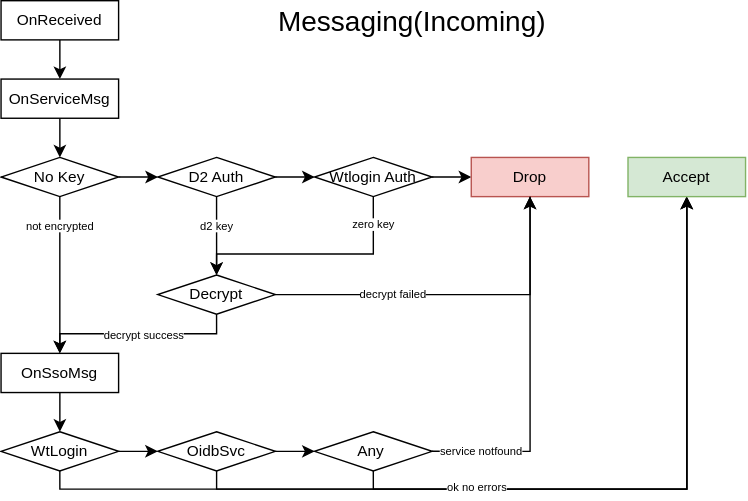
KonataDev/Konata.Core keeps this draw.io diagram as Blueprint/messaging.incoming.svg. Above is the earlier version. Source tidied: cells renumbered, new cells last; positions are measured from the earlier drawing's top-left corner, leaving out a move shared by most shapes.
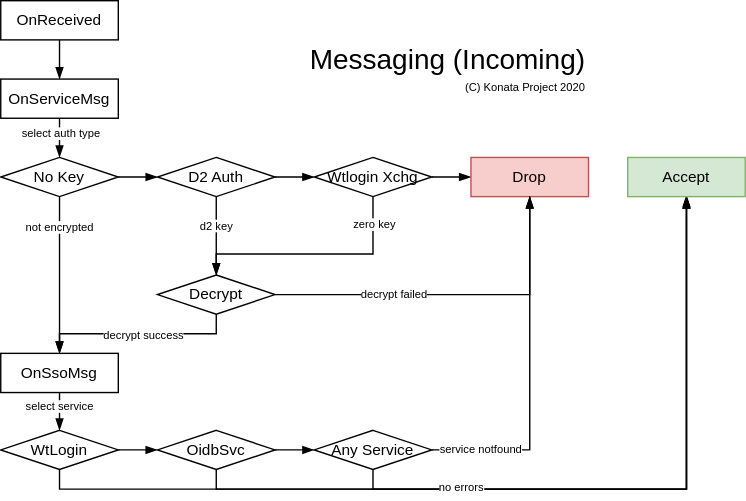
Above is the later version.

What changed in the source:
```diff
@@ -2,25 +2,30 @@
   <root>
     <mxCell id="0" />
     <mxCell id="1" parent="0" />
-    <mxCell id="2" value="Messaging(Incoming)" style="text;html=1;strokeColor=none;fillColor=none;align=center;verticalAlign=middle;whiteSpace=wrap;rounded=0;fontSize=20;fontStyle=0;" parent="1" vertex="1">
-      <mxGeometry x="196" width="196" height="28" as="geometry" />
+    <mxCell id="2" value="Messaging (Incoming)" style="text;html=1;strokeColor=none;fillColor=none;align=right;verticalAlign=middle;whiteSpace=wrap;rounded=0;fontSize=20;fontStyle=0;" parent="1" vertex="1">
+      <mxGeometry x="196" y="27" width="224" height="28" as="geometry" />
     </mxCell>
-    <mxCell id="3" style="edgeStyle=orthogonalEdgeStyle;rounded=0;jettySize=auto;html=1;fontSize=15;" parent="1" edge="1" source="4" target="6">
+    <mxCell id="3" style="edgeStyle=orthogonalEdgeStyle;rounded=0;jettySize=auto;html=1;fontSize=15;endArrow=blockThin;endFill=1;" parent="1" edge="1" source="4" target="6">
       <mxGeometry relative="1" as="geometry" />
     </mxCell>
     <mxCell id="4" value="OnReceived" style="rounded=0;whiteSpace=wrap;html=1;fontSize=11;align=center;" parent="1" vertex="1">
       <mxGeometry width="84" height="28" as="geometry" />
     </mxCell>
-    <mxCell id="5" style="edgeStyle=orthogonalEdgeStyle;rounded=0;jettySize=auto;html=1;fontSize=11;" parent="1" edge="1" source="6" target="10">
+    <mxCell id="5" style="edgeStyle=orthogonalEdgeStyle;rounded=0;jettySize=auto;html=1;fontSize=11;endArrow=blockThin;endFill=1;" parent="1" edge="1" source="6" target="10">
       <mxGeometry relative="1" as="geometry" />
     </mxCell>
+    <mxCell id="39" value="select auth type" style="edgeLabel;html=1;align=center;verticalAlign=middle;fontSize=8;" parent="5" vertex="1">
+      <mxGeometry x="-0.75" y="1" relative="1" as="geometry">
+        <mxPoint y="4" as="offset" />
+      </mxGeometry>
+    </mxCell>
     <mxCell id="6" value="OnServiceMsg" style="rounded=0;whiteSpace=wrap;html=1;fontSize=11;align=center;" parent="1" vertex="1">
       <mxGeometry y="56" width="84" height="28" as="geometry" />
     </mxCell>
-    <mxCell id="7" style="edgeStyle=orthogonalEdgeStyle;rounded=0;jettySize=auto;html=1;fontSize=11;" parent="1" edge="1" source="10" target="14">
+    <mxCell id="7" style="edgeStyle=orthogonalEdgeStyle;rounded=0;jettySize=auto;html=1;fontSize=11;endArrow=blockThin;endFill=1;" parent="1" edge="1" source="10" target="14">
       <mxGeometry relative="1" as="geometry" />
     </mxCell>
-    <mxCell id="8" style="edgeStyle=orthogonalEdgeStyle;rounded=0;jettySize=auto;html=1;exitX=0.5;exitY=1;exitDx=0;exitDy=0;entryX=0.5;entryY=0;entryDx=0;entryDy=0;fontSize=8;" parent="1" edge="1" source="10" target="26">
+    <mxCell id="8" style="edgeStyle=orthogonalEdgeStyle;rounded=0;jettySize=auto;html=1;exitX=0.5;exitY=1;exitDx=0;exitDy=0;entryX=0.5;entryY=0;entryDx=0;entryDy=0;fontSize=8;endArrow=blockThin;endFill=1;" parent="1" edge="1" source="10" target="26">
       <mxGeometry relative="1" as="geometry" />
     </mxCell>
     <mxCell id="9" value="not encrypted" style="edgeLabel;html=1;align=center;verticalAlign=middle;fontSize=8;" parent="8" vertex="1">
@@ -31,10 +36,10 @@
     <mxCell id="10" value="No Key" style="rhombus;whiteSpace=wrap;html=1;fontSize=11;align=center;" parent="1" vertex="1">
       <mxGeometry y="112" width="84" height="28" as="geometry" />
     </mxCell>
-    <mxCell id="11" style="edgeStyle=orthogonalEdgeStyle;rounded=0;jettySize=auto;html=1;fontSize=11;" parent="1" edge="1" source="14" target="18">
+    <mxCell id="11" style="edgeStyle=orthogonalEdgeStyle;rounded=0;jettySize=auto;html=1;fontSize=11;endArrow=blockThin;endFill=1;" parent="1" edge="1" source="14" target="18">
       <mxGeometry relative="1" as="geometry" />
     </mxCell>
-    <mxCell id="12" style="edgeStyle=orthogonalEdgeStyle;rounded=0;jettySize=auto;html=1;exitX=0.5;exitY=1;exitDx=0;exitDy=0;entryX=0.5;entryY=0;entryDx=0;entryDy=0;fontSize=8;" parent="1" edge="1" source="14" target="24">
+    <mxCell id="12" style="edgeStyle=orthogonalEdgeStyle;rounded=0;jettySize=auto;html=1;exitX=0.5;exitY=1;exitDx=0;exitDy=0;entryX=0.5;entryY=0;entryDx=0;entryDy=0;fontSize=8;endArrow=blockThin;endFill=1;" parent="1" edge="1" source="14" target="24">
       <mxGeometry relative="1" as="geometry">
         <Array as="points">
           <mxPoint x="154" y="175" />
@@ -50,10 +55,10 @@
     <mxCell id="14" value="D2 Auth" style="rhombus;whiteSpace=wrap;html=1;fontSize=11;align=center;" parent="1" vertex="1">
       <mxGeometry x="112" y="112" width="84" height="28" as="geometry" />
     </mxCell>
-    <mxCell id="15" style="edgeStyle=orthogonalEdgeStyle;rounded=0;jettySize=auto;html=1;fontSize=11;" parent="1" edge="1" source="18" target="19">
+    <mxCell id="15" style="edgeStyle=orthogonalEdgeStyle;rounded=0;jettySize=auto;html=1;fontSize=11;endArrow=blockThin;endFill=1;startArrow=none;startFill=0;" parent="1" edge="1" source="18" target="19">
       <mxGeometry relative="1" as="geometry" />
     </mxCell>
-    <mxCell id="16" style="edgeStyle=orthogonalEdgeStyle;rounded=0;jettySize=auto;html=1;exitX=0.5;exitY=1;exitDx=0;exitDy=0;entryX=0.5;entryY=0;entryDx=0;entryDy=0;fontSize=8;" parent="1" edge="1" source="18" target="24">
+    <mxCell id="16" style="edgeStyle=orthogonalEdgeStyle;rounded=0;jettySize=auto;html=1;exitX=0.5;exitY=1;exitDx=0;exitDy=0;entryX=0.5;entryY=0;entryDx=0;entryDy=0;fontSize=8;endArrow=blockThin;endFill=1;" parent="1" edge="1" source="18" target="24">
       <mxGeometry relative="1" as="geometry">
         <Array as="points">
           <mxPoint x="266" y="181" />
@@ -66,13 +71,13 @@
         <mxPoint x="65.8" y="-21" as="offset" />
       </mxGeometry>
     </mxCell>
-    <mxCell id="18" value="Wtlogin Auth" style="rhombus;whiteSpace=wrap;html=1;fontSize=11;align=center;" parent="1" vertex="1">
+    <mxCell id="18" value="Wtlogin Xchg" style="rhombus;whiteSpace=wrap;html=1;fontSize=11;align=center;" parent="1" vertex="1">
       <mxGeometry x="224" y="112" width="84" height="28" as="geometry" />
     </mxCell>
     <mxCell id="19" value="Drop" style="rounded=0;whiteSpace=wrap;html=1;fontSize=11;align=center;fillColor=#f8cecc;strokeColor=#b85450;" parent="1" vertex="1">
       <mxGeometry x="336" y="112" width="84" height="28" as="geometry" />
     </mxCell>
-    <mxCell id="20" style="edgeStyle=orthogonalEdgeStyle;rounded=0;jettySize=auto;html=1;exitX=1;exitY=0.5;exitDx=0;exitDy=0;fontSize=11;" parent="1" edge="1" source="24">
+    <mxCell id="20" style="edgeStyle=orthogonalEdgeStyle;rounded=0;jettySize=auto;html=1;exitX=1;exitY=0.5;exitDx=0;exitDy=0;fontSize=11;endArrow=blockThin;endFill=1;" parent="1" edge="1" source="24">
       <mxGeometry relative="1" as="geometry">
         <mxPoint x="378" y="140" as="targetPoint" />
         <Array as="points">
@@ -86,7 +91,7 @@
         <mxPoint x="9.5" as="offset" />
       </mxGeometry>
     </mxCell>
-    <mxCell id="22" style="edgeStyle=orthogonalEdgeStyle;rounded=0;jettySize=auto;html=1;exitX=0.5;exitY=1;exitDx=0;exitDy=0;entryX=0.5;entryY=0;entryDx=0;entryDy=0;fontSize=11;" parent="1" edge="1" source="24" target="26">
+    <mxCell id="22" style="edgeStyle=orthogonalEdgeStyle;rounded=0;jettySize=auto;html=1;exitX=0.5;exitY=1;exitDx=0;exitDy=0;entryX=0.5;entryY=0;entryDx=0;entryDy=0;fontSize=11;endArrow=blockThin;endFill=1;" parent="1" edge="1" source="24" target="26">
       <mxGeometry relative="1" as="geometry">
         <Array as="points">
           <mxPoint x="154" y="238" />
@@ -102,33 +107,37 @@
     <mxCell id="24" value="Decrypt" style="rhombus;whiteSpace=wrap;html=1;fontSize=11;align=center;" parent="1" vertex="1">
       <mxGeometry x="112" y="196" width="84" height="28" as="geometry" />
     </mxCell>
-    <mxCell id="25" style="edgeStyle=orthogonalEdgeStyle;rounded=0;jettySize=auto;html=1;fontSize=8;" parent="1" edge="1" source="26" target="29">
+    <mxCell id="25" style="edgeStyle=orthogonalEdgeStyle;rounded=0;jettySize=auto;html=1;fontSize=8;endArrow=blockThin;endFill=1;" parent="1" edge="1" source="26" target="29">
       <mxGeometry relative="1" as="geometry" />
     </mxCell>
+    <mxCell id="40" value="select service" style="edgeLabel;html=1;align=center;verticalAlign=middle;fontSize=8;" parent="25" vertex="1">
+      <mxGeometry x="-0.71" relative="1" as="geometry">
+        <mxPoint y="2.4" as="offset" />
+      </mxGeometry>
+    </mxCell>
     <mxCell id="26" value="OnSsoMsg" style="rounded=0;whiteSpace=wrap;html=1;fontSize=11;align=center;" parent="1" vertex="1">
       <mxGeometry y="252" width="84" height="28" as="geometry" />
     </mxCell>
-    <mxCell id="27" style="edgeStyle=orthogonalEdgeStyle;rounded=0;jettySize=auto;html=1;fontSize=8;" parent="1" edge="1" source="29">
+    <mxCell id="27" style="edgeStyle=orthogonalEdgeStyle;rounded=0;jettySize=auto;html=1;fontSize=8;endArrow=blockThin;endFill=1;" parent="1" edge="1" source="29">
       <mxGeometry relative="1" as="geometry">
-        <mxPoint x="112" y="322" as="targetPoint" />
+        <mxPoint x="112" y="321" as="targetPoint" />
       </mxGeometry>
     </mxCell>
-    <mxCell id="28" style="edgeStyle=orthogonalEdgeStyle;rounded=0;jettySize=auto;html=1;exitX=0.5;exitY=1;exitDx=0;exitDy=0;fontSize=8;" parent="1" edge="1" source="29">
-      <mxGeometry relative="1" as="geometry">
-        <mxPoint x="490" y="140" as="targetPoint" />
-        <Array as="points">
-          <mxPoint x="42" y="349" />
-          <mxPoint x="490" y="349" />
-        </Array>
-      </mxGeometry>
-    </mxCell>
+    <mxCell id="41" style="edgeStyle=orthogonalEdgeStyle;rounded=0;jettySize=auto;html=1;exitX=0.5;exitY=1;exitDx=0;exitDy=0;endArrow=blockThin;endFill=1;" parent="1" edge="1" source="29" target="38">
+      <mxGeometry relative="1" as="geometry">
+        <Array as="points">
+          <mxPoint x="42" y="349" />
+          <mxPoint x="490" y="349" />
+        </Array>
+      </mxGeometry>
+    </mxCell>
     <mxCell id="29" value="WtLogin" style="rhombus;whiteSpace=wrap;html=1;fontSize=11;align=center;" parent="1" vertex="1">
-      <mxGeometry y="308" width="84" height="28" as="geometry" />
+      <mxGeometry y="307" width="84" height="28" as="geometry" />
     </mxCell>
-    <mxCell id="30" style="edgeStyle=orthogonalEdgeStyle;rounded=0;jettySize=auto;html=1;fontSize=8;" parent="1" edge="1" source="32" target="37">
+    <mxCell id="30" style="edgeStyle=orthogonalEdgeStyle;rounded=0;jettySize=auto;html=1;fontSize=8;endArrow=blockThin;endFill=1;" parent="1" edge="1" source="32" target="37">
       <mxGeometry relative="1" as="geometry" />
     </mxCell>
-    <mxCell id="31" style="edgeStyle=orthogonalEdgeStyle;rounded=0;jettySize=auto;html=1;fontSize=8;entryX=0.5;entryY=1;entryDx=0;entryDy=0;" parent="1" edge="1" source="32" target="38">
+    <mxCell id="31" style="edgeStyle=orthogonalEdgeStyle;rounded=0;jettySize=auto;html=1;exitX=0.5;exitY=1;exitDx=0;exitDy=0;entryX=0.5;entryY=1;entryDx=0;entryDy=0;endArrow=blockThin;endFill=1;" parent="1" edge="1" source="32" target="38">
       <mxGeometry relative="1" as="geometry">
         <Array as="points">
           <mxPoint x="154" y="349" />
@@ -137,12 +146,12 @@
       </mxGeometry>
     </mxCell>
     <mxCell id="32" value="OidbSvc" style="rhombus;whiteSpace=wrap;html=1;fontSize=11;align=center;" parent="1" vertex="1">
-      <mxGeometry x="112" y="308" width="84" height="28" as="geometry" />
+      <mxGeometry x="112" y="307" width="84" height="28" as="geometry" />
     </mxCell>
-    <mxCell id="33" style="edgeStyle=orthogonalEdgeStyle;rounded=0;jettySize=auto;html=1;exitX=1;exitY=0.5;exitDx=0;exitDy=0;entryX=0.5;entryY=1;entryDx=0;entryDy=0;fontSize=8;" parent="1" edge="1" source="37" target="19">
+    <mxCell id="33" style="edgeStyle=orthogonalEdgeStyle;rounded=0;jettySize=auto;html=1;exitX=1;exitY=0.5;exitDx=0;exitDy=0;entryX=0.5;entryY=1;entryDx=0;entryDy=0;fontSize=8;endArrow=blockThin;endFill=1;" parent="1" edge="1" source="37" target="19">
       <mxGeometry relative="1" as="geometry">
         <Array as="points">
-          <mxPoint x="378" y="322" />
+          <mxPoint x="378" y="321" />
         </Array>
       </mxGeometry>
     </mxCell>
@@ -151,24 +160,28 @@
         <mxPoint x="-33" y="62.5" as="offset" />
       </mxGeometry>
     </mxCell>
-    <mxCell id="35" style="edgeStyle=orthogonalEdgeStyle;rounded=0;jettySize=auto;html=1;exitX=0.5;exitY=1;exitDx=0;exitDy=0;entryX=0.5;entryY=1;entryDx=0;entryDy=0;fontSize=8;" parent="1" edge="1" source="37" target="38">
-      <mxGeometry relative="1" as="geometry">
-        <Array as="points">
-          <mxPoint x="266" y="349" />
-          <mxPoint x="490" y="349" />
-        </Array>
-      </mxGeometry>
-    </mxCell>
-    <mxCell id="36" value="ok no errors" style="edgeLabel;html=1;align=center;verticalAlign=middle;fontSize=8;" parent="35" vertex="1">
-      <mxGeometry x="-0.54" y="1" relative="1" as="geometry">
-        <mxPoint x="-15.8" as="offset" />
-      </mxGeometry>
-    </mxCell>
+    <mxCell id="42" style="edgeStyle=orthogonalEdgeStyle;rounded=0;jettySize=auto;html=1;exitX=0.5;exitY=1;exitDx=0;exitDy=0;endArrow=blockThin;endFill=1;" parent="1" edge="1" source="37">
+      <mxGeometry relative="1" as="geometry">
+        <mxPoint x="490" y="139" as="targetPoint" />
+        <Array as="points">
+          <mxPoint x="266" y="349" />
+          <mxPoint x="490" y="349" />
+        </Array>
+      </mxGeometry>
+    </mxCell>
+    <mxCell id="43" value="no errors" style="edgeLabel;html=1;align=center;verticalAlign=middle;fontSize=8;" parent="42" vertex="1">
+      <mxGeometry x="-0.68" y="1" relative="1" as="geometry">
+        <mxPoint x="6.2" as="offset" />
+      </mxGeometry>
+    </mxCell>
-    <mxCell id="37" value="Any&amp;nbsp;" style="rhombus;whiteSpace=wrap;html=1;fontSize=11;align=center;" parent="1" vertex="1">
-      <mxGeometry x="224" y="308" width="84" height="28" as="geometry" />
+    <mxCell id="37" value="Any Service" style="rhombus;whiteSpace=wrap;html=1;fontSize=11;align=center;" parent="1" vertex="1">
+      <mxGeometry x="224" y="307" width="84" height="28" as="geometry" />
     </mxCell>
     <mxCell id="38" value="Accept" style="rounded=0;whiteSpace=wrap;html=1;fontSize=11;align=center;fillColor=#d5e8d4;strokeColor=#82b366;" parent="1" vertex="1">
       <mxGeometry x="448" y="112" width="84" height="28" as="geometry" />
     </mxCell>
+    <mxCell id="44" value="&lt;font style=&quot;font-size: 8px&quot;&gt;(C) Konata Project 2020&lt;/font&gt;" style="text;html=1;strokeColor=none;fillColor=none;align=right;verticalAlign=middle;whiteSpace=wrap;rounded=0;fontSize=8;fontStyle=0;" parent="1" vertex="1">
+      <mxGeometry x="308" y="55" width="112" height="13" as="geometry" />
+    </mxCell>
   </root>
 </mxGraphModel>
```
